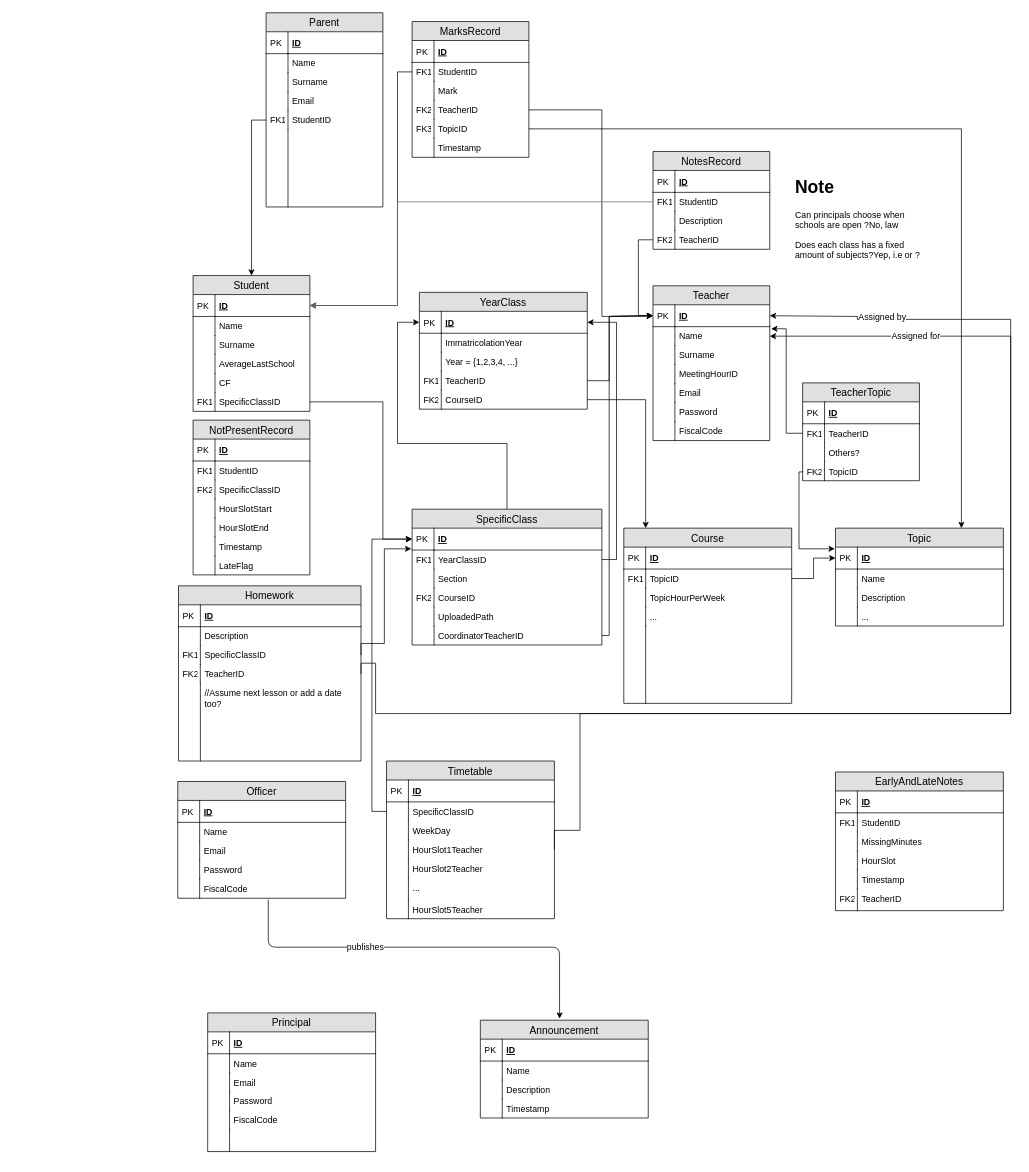
Before: Schema.drawio in sordinho/Group-J---Digital-Student-Record, a draw.io diagram. Source tidied: cells renumbered, new cells numbered last; positions are measured from the earlier drawing's top-left corner, leaving out a move shared by most shapes. Both pictures are drawn from the tidied source at 73%, with x=0, y=0 at pixel (177, 12).
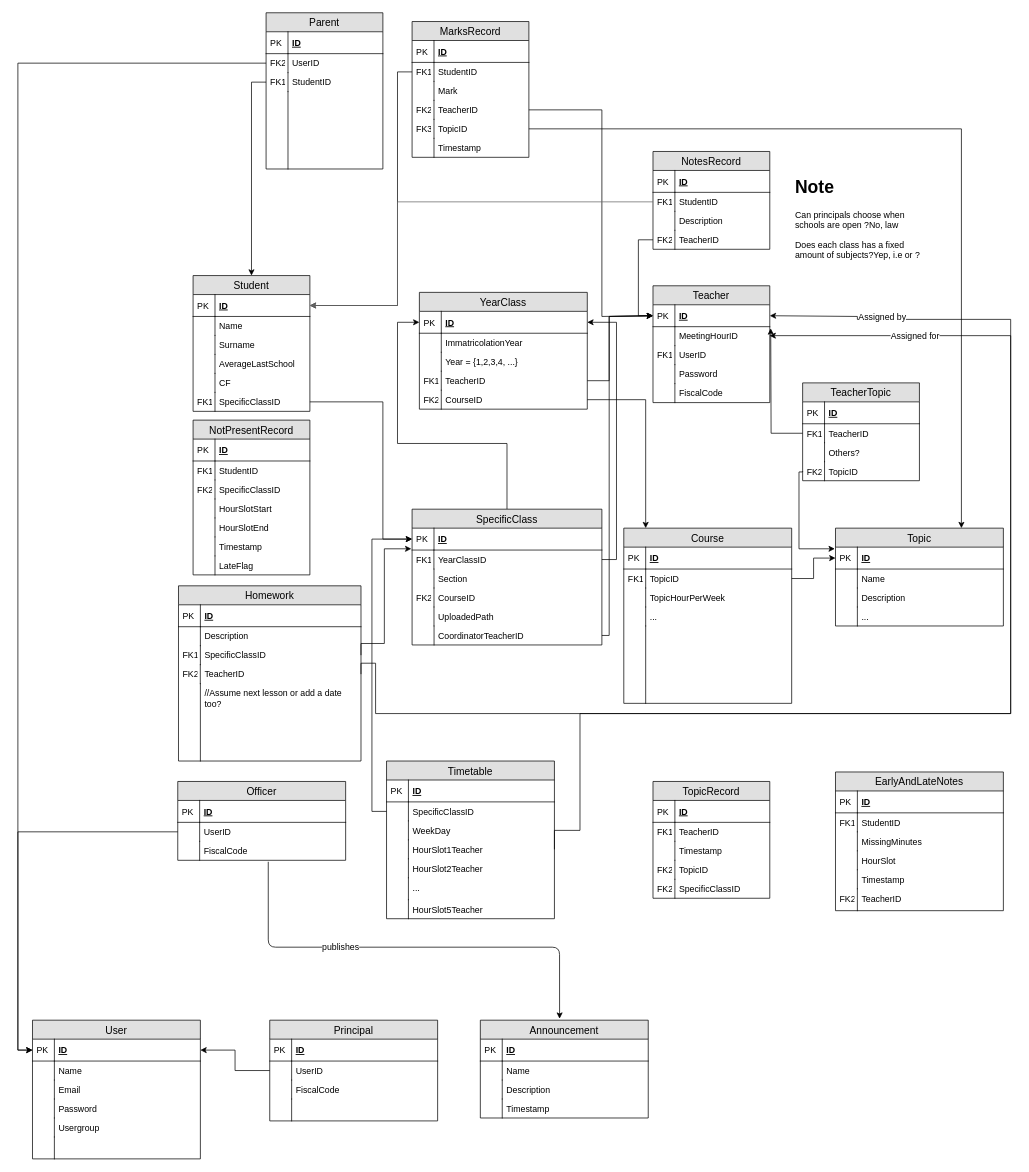
After the change.

Unchanged cells that the change refers to:
```xml
<mxCell id="189" value="HourSlot1Teacher" style="shape=partialRectangle;top=0;left=0;right=0;bottom=0;align=left;verticalAlign=top;fillColor=none;spacingLeft=34;spacingRight=4;overflow=hidden;points=[[0,0.5],[1,0.5]];portConstraint=eastwest;fontSize=12;" parent="182" vertex="1">
  <mxGeometry y="108" width="230" height="26" as="geometry" />
</mxCell>
<mxCell id="207" value="TeacherID" style="shape=partialRectangle;top=0;left=0;right=0;bottom=0;align=left;verticalAlign=top;fillColor=none;spacingLeft=34;spacingRight=4;overflow=hidden;points=[[0,0.5],[1,0.5]];portConstraint=eastwest;fontSize=12;" parent="204" vertex="1">
  <mxGeometry y="56" width="160" height="26" as="geometry" />
</mxCell>
```

The edit, as a diff of the source:
```diff
@@
     <mxCell id="15" value="Teacher" style="swimlane;fontStyle=0;horizontal=1;startSize=26;fillColor=#e0e0e0;swimlaneFillColor=#ffffff;align=center;fontSize=14;" parent="1" vertex="1">
-      <mxGeometry x="651" y="374" width="160" height="212" as="geometry" />
+      <mxGeometry x="651" y="374" width="160" height="160" as="geometry" />
     </mxCell>
@@
-    <mxCell id="18" value="Name" style="shape=partialRectangle;top=0;left=0;right=0;bottom=0;align=left;verticalAlign=top;fillColor=none;spacingLeft=34;spacingRight=4;overflow=hidden;points=[[0,0.5],[1,0.5]];portConstraint=eastwest;fontSize=12;" parent="15" vertex="1">
-      <mxGeometry y="56" width="160" height="26" as="geometry" />
-    </mxCell>
-    <mxCell id="19" style="shape=partialRectangle;top=0;left=0;bottom=0;fillColor=none;align=left;verticalAlign=top;spacingLeft=4;spacingRight=4;overflow=hidden;fontSize=12;" parent="18" vertex="1">
-      <mxGeometry width="30" height="26" as="geometry" />
-    </mxCell>
-    <mxCell id="20" value="Surname" style="shape=partialRectangle;top=0;left=0;right=0;bottom=0;align=left;verticalAlign=top;fillColor=none;spacingLeft=34;spacingRight=4;overflow=hidden;fontSize=12;" parent="15" vertex="1">
-      <mxGeometry y="82" width="160" height="26" as="geometry" />
-    </mxCell>
-    <mxCell id="21" style="shape=partialRectangle;top=0;left=0;bottom=0;fillColor=none;align=left;verticalAlign=top;spacingLeft=4;spacingRight=4;overflow=hidden;fontSize=12;" parent="20" vertex="1">
-      <mxGeometry width="30" height="26" as="geometry" />
-    </mxCell>
     <mxCell id="22" value="MeetingHourID" style="shape=partialRectangle;top=0;left=0;right=0;bottom=0;align=left;verticalAlign=top;fillColor=none;spacingLeft=34;spacingRight=4;overflow=hidden;fontSize=12;" parent="15" vertex="1">
-      <mxGeometry y="108" width="160" height="26" as="geometry" />
+      <mxGeometry y="56" width="160" height="26" as="geometry" />
     </mxCell>
@@
-    <mxCell id="24" value="Email" style="shape=partialRectangle;top=0;left=0;right=0;bottom=0;align=left;verticalAlign=top;fillColor=none;spacingLeft=34;spacingRight=4;overflow=hidden;fontSize=12;" parent="15" vertex="1">
-      <mxGeometry y="134" width="160" height="26" as="geometry" />
+    <mxCell id="24" value="UserID" style="shape=partialRectangle;top=0;left=0;right=0;bottom=0;align=left;verticalAlign=top;fillColor=none;spacingLeft=34;spacingRight=4;overflow=hidden;fontSize=12;" parent="15" vertex="1">
+      <mxGeometry y="82" width="160" height="26" as="geometry" />
     </mxCell>
-    <mxCell id="25" style="shape=partialRectangle;top=0;left=0;bottom=0;fillColor=none;align=left;verticalAlign=top;spacingLeft=4;spacingRight=4;overflow=hidden;fontSize=12;" parent="24" vertex="1">
+    <mxCell id="25" value="FK1" style="shape=partialRectangle;top=0;left=0;bottom=0;fillColor=none;align=left;verticalAlign=top;spacingLeft=4;spacingRight=4;overflow=hidden;fontSize=12;" parent="24" vertex="1">
       <mxGeometry width="30" height="26" as="geometry" />
     </mxCell>
     <mxCell id="26" value="Password" style="shape=partialRectangle;top=0;left=0;right=0;bottom=0;align=left;verticalAlign=top;fillColor=none;spacingLeft=34;spacingRight=4;overflow=hidden;fontSize=12;" parent="15" vertex="1">
-      <mxGeometry y="160" width="160" height="26" as="geometry" />
+      <mxGeometry y="108" width="160" height="26" as="geometry" />
     </mxCell>
@@
     <mxCell id="28" value="FiscalCode" style="shape=partialRectangle;top=0;left=0;right=0;bottom=0;align=left;verticalAlign=top;fillColor=none;spacingLeft=34;spacingRight=4;overflow=hidden;fontSize=12;" parent="15" vertex="1">
-      <mxGeometry y="186" width="160" height="26" as="geometry" />
+      <mxGeometry y="134" width="160" height="26" as="geometry" />
     </mxCell>
@@
     <mxCell id="55" value="Parent" style="swimlane;fontStyle=0;horizontal=1;startSize=26;fillColor=#e0e0e0;swimlaneFillColor=#ffffff;align=center;fontSize=14;" parent="1" vertex="1">
-      <mxGeometry x="121" width="160" height="266" as="geometry" />
+      <mxGeometry x="121" width="160" height="214" as="geometry" />
     </mxCell>
@@
-    <mxCell id="58" value="Name" style="shape=partialRectangle;top=0;left=0;right=0;bottom=0;align=left;verticalAlign=top;fillColor=none;spacingLeft=34;spacingRight=4;overflow=hidden;fontSize=12;" parent="55" vertex="1">
-      <mxGeometry y="56" width="160" height="26" as="geometry" />
-    </mxCell>
-    <mxCell id="59" style="shape=partialRectangle;top=0;left=0;bottom=0;fillColor=none;align=left;verticalAlign=top;spacingLeft=4;spacingRight=4;overflow=hidden;fontSize=12;" parent="58" vertex="1">
-      <mxGeometry width="30" height="26" as="geometry" />
-    </mxCell>
-    <mxCell id="60" value="Surname" style="shape=partialRectangle;top=0;left=0;right=0;bottom=0;align=left;verticalAlign=top;fillColor=none;spacingLeft=34;spacingRight=4;overflow=hidden;points=[[0,0.5],[1,0.5]];portConstraint=eastwest;fontSize=12;" parent="55" vertex="1">
-      <mxGeometry y="82" width="160" height="26" as="geometry" />
+    <mxCell id="60" value="UserID" style="shape=partialRectangle;top=0;left=0;right=0;bottom=0;align=left;verticalAlign=top;fillColor=none;spacingLeft=34;spacingRight=4;overflow=hidden;points=[[0,0.5],[1,0.5]];portConstraint=eastwest;fontSize=12;" parent="55" vertex="1">
+      <mxGeometry y="56" width="160" height="26" as="geometry" />
     </mxCell>
-    <mxCell id="61" style="shape=partialRectangle;top=0;left=0;bottom=0;fillColor=none;align=left;verticalAlign=top;spacingLeft=4;spacingRight=4;overflow=hidden;fontSize=12;" parent="60" vertex="1">
+    <mxCell id="61" value="FK2" style="shape=partialRectangle;top=0;left=0;bottom=0;fillColor=none;align=left;verticalAlign=top;spacingLeft=4;spacingRight=4;overflow=hidden;fontSize=12;" parent="60" vertex="1">
       <mxGeometry width="30" height="26" as="geometry" />
     </mxCell>
-    <mxCell id="62" value="Email" style="shape=partialRectangle;top=0;left=0;right=0;bottom=0;align=left;verticalAlign=top;fillColor=none;spacingLeft=34;spacingRight=4;overflow=hidden;fontSize=12;" parent="55" vertex="1">
-      <mxGeometry y="108" width="160" height="26" as="geometry" />
-    </mxCell>
-    <mxCell id="63" style="shape=partialRectangle;top=0;left=0;bottom=0;fillColor=none;align=left;verticalAlign=top;spacingLeft=4;spacingRight=4;overflow=hidden;fontSize=12;" parent="62" vertex="1">
-      <mxGeometry width="30" height="26" as="geometry" />
-    </mxCell>
     <mxCell id="64" value="StudentID" style="shape=partialRectangle;top=0;left=0;right=0;bottom=0;align=left;verticalAlign=top;fillColor=none;spacingLeft=34;spacingRight=4;overflow=hidden;points=[[0,0.5],[1,0.5]];portConstraint=eastwest;fontSize=12;" parent="55" vertex="1">
-      <mxGeometry y="134" width="160" height="26" as="geometry" />
+      <mxGeometry y="82" width="160" height="26" as="geometry" />
     </mxCell>
@@
     <mxCell id="66" style="shape=partialRectangle;top=0;left=0;right=0;bottom=0;align=left;verticalAlign=top;fillColor=none;spacingLeft=34;spacingRight=4;overflow=hidden;fontSize=12;" parent="55" vertex="1">
-      <mxGeometry y="160" width="160" height="106" as="geometry" />
+      <mxGeometry y="108" width="160" height="106" as="geometry" />
     </mxCell>
@@
     <mxCell id="103" value="Officer" style="swimlane;fontStyle=0;horizontal=1;startSize=26;fillColor=#e0e0e0;swimlaneFillColor=#ffffff;align=center;fontSize=14;" parent="1" vertex="1">
-      <mxGeometry y="1053" width="230" height="160" as="geometry" />
+      <mxGeometry y="1053" width="230" height="108" as="geometry" />
     </mxCell>
@@
-    <mxCell id="106" value="Name" style="shape=partialRectangle;top=0;left=0;right=0;bottom=0;align=left;verticalAlign=top;fillColor=none;spacingLeft=34;spacingRight=4;overflow=hidden;fontSize=12;" parent="103" vertex="1">
-      <mxGeometry y="56" width="230" height="26" as="geometry" />
-    </mxCell>
-    <mxCell id="107" style="shape=partialRectangle;top=0;left=0;bottom=0;fillColor=none;align=left;verticalAlign=top;spacingLeft=4;spacingRight=4;overflow=hidden;fontSize=12;" parent="106" vertex="1">
-      <mxGeometry width="30" height="26" as="geometry" />
-    </mxCell>
-    <mxCell id="108" value="Email" style="shape=partialRectangle;top=0;left=0;right=0;bottom=0;align=left;verticalAlign=top;fillColor=none;spacingLeft=34;spacingRight=4;overflow=hidden;points=[[0,0.5],[1,0.5]];portConstraint=eastwest;fontSize=12;" parent="103" vertex="1">
-      <mxGeometry y="82" width="230" height="26" as="geometry" />
+    <mxCell id="108" value="UserID" style="shape=partialRectangle;top=0;left=0;right=0;bottom=0;align=left;verticalAlign=top;fillColor=none;spacingLeft=34;spacingRight=4;overflow=hidden;points=[[0,0.5],[1,0.5]];portConstraint=eastwest;fontSize=12;" parent="103" vertex="1">
+      <mxGeometry y="56" width="230" height="26" as="geometry" />
     </mxCell>
@@
-    <mxCell id="110" value="Password" style="shape=partialRectangle;top=0;left=0;right=0;bottom=0;align=left;verticalAlign=top;fillColor=none;spacingLeft=34;spacingRight=4;overflow=hidden;fontSize=12;" parent="103" vertex="1">
-      <mxGeometry y="108" width="230" height="26" as="geometry" />
-    </mxCell>
-    <mxCell id="111" style="shape=partialRectangle;top=0;left=0;bottom=0;fillColor=none;align=left;verticalAlign=top;spacingLeft=4;spacingRight=4;overflow=hidden;fontSize=12;" parent="110" vertex="1">
-      <mxGeometry width="30" height="26" as="geometry" />
-    </mxCell>
     <mxCell id="112" value="FiscalCode" style="shape=partialRectangle;top=0;left=0;right=0;bottom=0;align=left;verticalAlign=top;fillColor=none;spacingLeft=34;spacingRight=4;overflow=hidden;points=[[0,0.5],[1,0.5]];portConstraint=eastwest;fontSize=12;" parent="103" vertex="1">
-      <mxGeometry y="134" width="230" height="26" as="geometry" />
+      <mxGeometry y="82" width="230" height="26" as="geometry" />
     </mxCell>
@@
     <mxCell id="114" value="Principal" style="swimlane;fontStyle=0;horizontal=1;startSize=26;fillColor=#e0e0e0;swimlaneFillColor=#ffffff;align=center;fontSize=14;" parent="1" vertex="1">
-      <mxGeometry x="41" y="1370" width="230" height="190" as="geometry" />
+      <mxGeometry x="126" y="1380" width="230" height="138" as="geometry" />
     </mxCell>
@@
-    <mxCell id="117" value="Name" style="shape=partialRectangle;top=0;left=0;right=0;bottom=0;align=left;verticalAlign=top;fillColor=none;spacingLeft=34;spacingRight=4;overflow=hidden;fontSize=12;" parent="114" vertex="1">
-      <mxGeometry y="56" width="230" height="26" as="geometry" />
-    </mxCell>
-    <mxCell id="118" style="shape=partialRectangle;top=0;left=0;bottom=0;fillColor=none;align=left;verticalAlign=top;spacingLeft=4;spacingRight=4;overflow=hidden;fontSize=12;" parent="117" vertex="1">
-      <mxGeometry width="30" height="26" as="geometry" />
-    </mxCell>
-    <mxCell id="119" value="Email" style="shape=partialRectangle;top=0;left=0;right=0;bottom=0;align=left;verticalAlign=top;fillColor=none;spacingLeft=34;spacingRight=4;overflow=hidden;points=[[0,0.5],[1,0.5]];portConstraint=eastwest;fontSize=12;" parent="114" vertex="1">
-      <mxGeometry y="82" width="230" height="26" as="geometry" />
+    <mxCell id="119" value="UserID" style="shape=partialRectangle;top=0;left=0;right=0;bottom=0;align=left;verticalAlign=top;fillColor=none;spacingLeft=34;spacingRight=4;overflow=hidden;points=[[0,0.5],[1,0.5]];portConstraint=eastwest;fontSize=12;" parent="114" vertex="1">
+      <mxGeometry y="56" width="230" height="26" as="geometry" />
     </mxCell>
@@
-    <mxCell id="121" value="Password" style="shape=partialRectangle;top=0;left=0;right=0;bottom=0;align=left;verticalAlign=top;fillColor=none;spacingLeft=34;spacingRight=4;overflow=hidden;fontSize=12;" parent="114" vertex="1">
-      <mxGeometry y="108" width="230" height="26" as="geometry" />
-    </mxCell>
-    <mxCell id="122" style="shape=partialRectangle;top=0;left=0;bottom=0;fillColor=none;align=left;verticalAlign=top;spacingLeft=4;spacingRight=4;overflow=hidden;fontSize=12;" parent="121" vertex="1">
-      <mxGeometry width="30" height="26" as="geometry" />
-    </mxCell>
     <mxCell id="123" value="FiscalCode" style="shape=partialRectangle;top=0;left=0;right=0;bottom=0;align=left;verticalAlign=top;fillColor=none;spacingLeft=34;spacingRight=4;overflow=hidden;fontSize=12;" parent="114" vertex="1">
-      <mxGeometry y="134" width="230" height="26" as="geometry" />
+      <mxGeometry y="82" width="230" height="26" as="geometry" />
     </mxCell>
@@
     <mxCell id="125" style="shape=partialRectangle;top=0;left=0;right=0;bottom=0;align=left;verticalAlign=top;fillColor=none;spacingLeft=34;spacingRight=4;overflow=hidden;fontSize=12;" parent="114" vertex="1">
-      <mxGeometry y="160" width="230" height="30" as="geometry" />
+      <mxGeometry y="108" width="230" height="30" as="geometry" />
     </mxCell>
@@
-    <mxCell id="198" style="edgeStyle=orthogonalEdgeStyle;rounded=0;jettySize=auto;html=1;exitX=1;exitY=0.5;exitDx=0;exitDy=0;entryX=1;entryY=0.5;entryDx=0;entryDy=0;" parent="1" edge="1" source="189" target="18">
+    <mxCell id="198" style="edgeStyle=orthogonalEdgeStyle;rounded=0;jettySize=auto;html=1;exitX=1;exitY=0.5;exitDx=0;exitDy=0;entryX=1;entryY=0.5;entryDx=0;entryDy=0;" parent="1" edge="1" source="189">
       <mxGeometry relative="1" as="geometry">
+        <mxPoint x="810.7" y="442.3" as="targetPoint" />
         <Array as="points">
           <mxPoint x="551" y="1120" />
           <mxPoint x="551" y="960" />
           <mxPoint x="1141" y="960" />
           <mxPoint x="1141" y="443" />
         </Array>
       </mxGeometry>
     </mxCell>
@@
-    <mxCell id="213" style="edgeStyle=orthogonalEdgeStyle;rounded=0;jettySize=auto;html=1;exitX=0;exitY=0.5;exitDx=0;exitDy=0;entryX=1.012;entryY=0.11;entryDx=0;entryDy=0;entryPerimeter=0;" parent="1" edge="1" source="207" target="18">
-      <mxGeometry relative="1" as="geometry" />
+    <mxCell id="213" style="edgeStyle=orthogonalEdgeStyle;rounded=0;jettySize=auto;html=1;exitX=0;exitY=0.5;exitDx=0;exitDy=0;entryX=1.012;entryY=0.11;entryDx=0;entryDy=0;entryPerimeter=0;" parent="1" edge="1" source="207">
+      <mxGeometry relative="1" as="geometry">
+        <mxPoint x="812.3" y="432.3" as="targetPoint" />
+      </mxGeometry>
     </mxCell>
@@
+    <mxCell id="229" value="User" style="swimlane;fontStyle=0;horizontal=1;startSize=26;fillColor=#e0e0e0;swimlaneFillColor=#ffffff;align=center;fontSize=14;" parent="1" vertex="1">
+      <mxGeometry x="-199" y="1380" width="230" height="190" as="geometry" />
+    </mxCell>
+    <mxCell id="230" value="ID" style="shape=partialRectangle;top=0;left=0;right=0;bottom=1;align=left;verticalAlign=middle;fillColor=none;spacingLeft=34;spacingRight=4;overflow=hidden;points=[[0,0.5],[1,0.5]];portConstraint=eastwest;fontStyle=5;fontSize=12;" parent="229" vertex="1">
+      <mxGeometry y="26" width="230" height="30" as="geometry" />
+    </mxCell>
+    <mxCell id="231" value="PK" style="shape=partialRectangle;top=0;left=0;bottom=0;fillColor=none;align=left;verticalAlign=middle;spacingLeft=4;spacingRight=4;overflow=hidden;fontSize=12;" parent="230" vertex="1">
+      <mxGeometry width="30" height="30" as="geometry" />
+    </mxCell>
+    <mxCell id="232" value="Name" style="shape=partialRectangle;top=0;left=0;right=0;bottom=0;align=left;verticalAlign=top;fillColor=none;spacingLeft=34;spacingRight=4;overflow=hidden;fontSize=12;" parent="229" vertex="1">
+      <mxGeometry y="56" width="230" height="26" as="geometry" />
+    </mxCell>
+    <mxCell id="233" style="shape=partialRectangle;top=0;left=0;bottom=0;fillColor=none;align=left;verticalAlign=top;spacingLeft=4;spacingRight=4;overflow=hidden;fontSize=12;" parent="232" vertex="1">
+      <mxGeometry width="30" height="26" as="geometry" />
+    </mxCell>
+    <mxCell id="62" value="Email" style="shape=partialRectangle;top=0;left=0;right=0;bottom=0;align=left;verticalAlign=top;fillColor=none;spacingLeft=34;spacingRight=4;overflow=hidden;fontSize=12;" parent="229" vertex="1">
+      <mxGeometry y="82" width="230" height="26" as="geometry" />
+    </mxCell>
+    <mxCell id="234" style="shape=partialRectangle;top=0;left=0;bottom=0;fillColor=none;align=left;verticalAlign=top;spacingLeft=4;spacingRight=4;overflow=hidden;fontSize=12;" parent="62" vertex="1">
+      <mxGeometry width="30" height="26" as="geometry" />
+    </mxCell>
+    <mxCell id="235" value="Password" style="shape=partialRectangle;top=0;left=0;right=0;bottom=0;align=left;verticalAlign=top;fillColor=none;spacingLeft=34;spacingRight=4;overflow=hidden;fontSize=12;" parent="229" vertex="1">
+      <mxGeometry y="108" width="230" height="26" as="geometry" />
+    </mxCell>
+    <mxCell id="236" style="shape=partialRectangle;top=0;left=0;bottom=0;fillColor=none;align=left;verticalAlign=top;spacingLeft=4;spacingRight=4;overflow=hidden;fontSize=12;" parent="235" vertex="1">
+      <mxGeometry width="30" height="26" as="geometry" />
+    </mxCell>
+    <mxCell id="237" value="Usergroup" style="shape=partialRectangle;top=0;left=0;right=0;bottom=0;align=left;verticalAlign=top;fillColor=none;spacingLeft=34;spacingRight=4;overflow=hidden;fontSize=12;" parent="229" vertex="1">
+      <mxGeometry y="134" width="230" height="26" as="geometry" />
+    </mxCell>
+    <mxCell id="238" style="shape=partialRectangle;top=0;left=0;bottom=0;fillColor=none;align=left;verticalAlign=top;spacingLeft=4;spacingRight=4;overflow=hidden;fontSize=12;" parent="237" vertex="1">
+      <mxGeometry width="30" height="26" as="geometry" />
+    </mxCell>
+    <mxCell id="239" style="shape=partialRectangle;top=0;left=0;right=0;bottom=0;align=left;verticalAlign=top;fillColor=none;spacingLeft=34;spacingRight=4;overflow=hidden;fontSize=12;" parent="229" vertex="1">
+      <mxGeometry y="160" width="230" height="30" as="geometry" />
+    </mxCell>
+    <mxCell id="240" style="shape=partialRectangle;top=0;left=0;bottom=0;fillColor=none;align=left;verticalAlign=top;spacingLeft=4;spacingRight=4;overflow=hidden;fontSize=12;" parent="239" vertex="1">
+      <mxGeometry width="30" height="30" as="geometry" />
+    </mxCell>
+    <mxCell id="241" style="edgeStyle=orthogonalEdgeStyle;rounded=0;jettySize=auto;html=1;exitX=0;exitY=0.5;exitDx=0;exitDy=0;entryX=1;entryY=0.5;entryDx=0;entryDy=0;" parent="1" edge="1" source="119" target="230">
+      <mxGeometry relative="1" as="geometry" />
+    </mxCell>
+    <mxCell id="242" style="edgeStyle=orthogonalEdgeStyle;rounded=0;jettySize=auto;html=1;exitX=0;exitY=0.5;exitDx=0;exitDy=0;entryX=0;entryY=0.5;entryDx=0;entryDy=0;" parent="1" edge="1" source="108" target="230">
+      <mxGeometry relative="1" as="geometry" />
+    </mxCell>
+    <mxCell id="243" style="edgeStyle=orthogonalEdgeStyle;rounded=0;jettySize=auto;html=1;exitX=0;exitY=0.5;exitDx=0;exitDy=0;entryX=0;entryY=0.5;entryDx=0;entryDy=0;" parent="1" edge="1" source="60" target="230">
+      <mxGeometry relative="1" as="geometry" />
+    </mxCell>
+    <mxCell id="244" value="TopicRecord" style="swimlane;fontStyle=0;horizontal=1;startSize=26;fillColor=#e0e0e0;swimlaneFillColor=#ffffff;align=center;fontSize=14;" parent="1" vertex="1">
+      <mxGeometry x="651" y="1053" width="160" height="160" as="geometry" />
+    </mxCell>
+    <mxCell id="245" value="ID" style="shape=partialRectangle;top=0;left=0;right=0;bottom=1;align=left;verticalAlign=middle;fillColor=none;spacingLeft=34;spacingRight=4;overflow=hidden;fontStyle=5;fontSize=12;" parent="244" vertex="1">
+      <mxGeometry y="26" width="160" height="30" as="geometry" />
+    </mxCell>
+    <mxCell id="246" value="PK" style="shape=partialRectangle;top=0;left=0;bottom=0;fillColor=none;align=left;verticalAlign=middle;spacingLeft=4;spacingRight=4;overflow=hidden;fontSize=12;" parent="245" vertex="1">
+      <mxGeometry width="30" height="30" as="geometry" />
+    </mxCell>
+    <mxCell id="247" value="TeacherID" style="shape=partialRectangle;top=0;left=0;right=0;bottom=0;align=left;verticalAlign=top;fillColor=none;spacingLeft=34;spacingRight=4;overflow=hidden;fontSize=12;" parent="244" vertex="1">
+      <mxGeometry y="56" width="160" height="26" as="geometry" />
+    </mxCell>
+    <mxCell id="248" value="FK1" style="shape=partialRectangle;top=0;left=0;bottom=0;fillColor=none;align=left;verticalAlign=top;spacingLeft=4;spacingRight=4;overflow=hidden;fontSize=12;" parent="247" vertex="1">
+      <mxGeometry width="30" height="26" as="geometry" />
+    </mxCell>
+    <mxCell id="249" value="Timestamp" style="shape=partialRectangle;top=0;left=0;right=0;bottom=0;align=left;verticalAlign=top;fillColor=none;spacingLeft=34;spacingRight=4;overflow=hidden;fontSize=12;" parent="244" vertex="1">
+      <mxGeometry y="82" width="160" height="26" as="geometry" />
+    </mxCell>
+    <mxCell id="250" style="shape=partialRectangle;top=0;left=0;bottom=0;fillColor=none;align=left;verticalAlign=top;spacingLeft=4;spacingRight=4;overflow=hidden;fontSize=12;" parent="249" vertex="1">
+      <mxGeometry width="30" height="26" as="geometry" />
+    </mxCell>
+    <mxCell id="251" value="TopicID" style="shape=partialRectangle;top=0;left=0;right=0;bottom=0;align=left;verticalAlign=top;fillColor=none;spacingLeft=34;spacingRight=4;overflow=hidden;fontSize=12;" parent="244" vertex="1">
+      <mxGeometry y="108" width="160" height="26" as="geometry" />
+    </mxCell>
+    <mxCell id="252" value="FK2" style="shape=partialRectangle;top=0;left=0;bottom=0;fillColor=none;align=left;verticalAlign=top;spacingLeft=4;spacingRight=4;overflow=hidden;fontSize=12;" parent="251" vertex="1">
+      <mxGeometry width="30" height="26" as="geometry" />
+    </mxCell>
+    <mxCell id="253" value="SpecificClassID" style="shape=partialRectangle;top=0;left=0;right=0;bottom=0;align=left;verticalAlign=top;fillColor=none;spacingLeft=34;spacingRight=4;overflow=hidden;fontSize=12;" parent="244" vertex="1">
+      <mxGeometry y="134" width="160" height="26" as="geometry" />
+    </mxCell>
+    <mxCell id="254" value="FK2" style="shape=partialRectangle;top=0;left=0;bottom=0;fillColor=none;align=left;verticalAlign=top;spacingLeft=4;spacingRight=4;overflow=hidden;fontSize=12;" parent="253" vertex="1">
+      <mxGeometry width="30" height="26" as="geometry" />
+    </mxCell>
```
